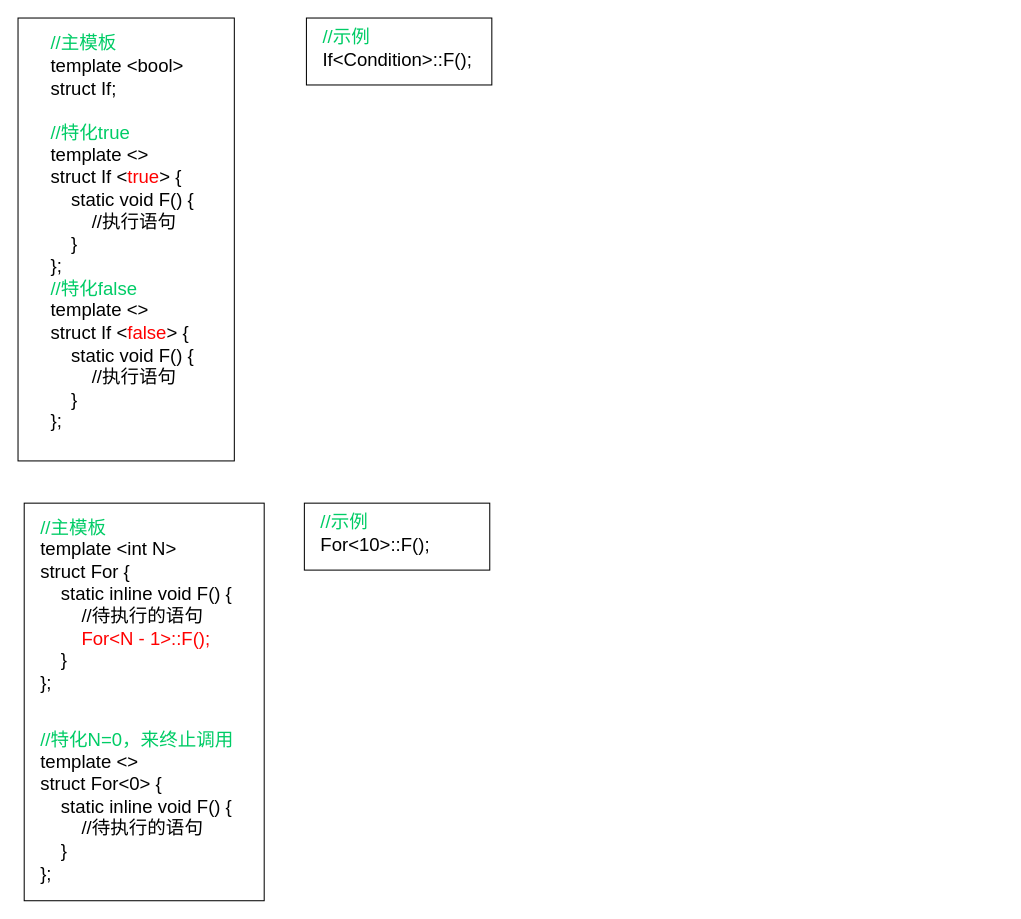
TxtpGame/TxtpGame.github.io keeps this draw.io diagram as Untitled Diagram.drawio. Above is the earlier version. Source tidied: cells renumbered, new cells numbered last; positions are measured from the earlier drawing's top-left corner, leaving out a move shared by most shapes. Both pictures are drawn from the tidied source at 103%, with x=0, y=0 at pixel (18, 18).
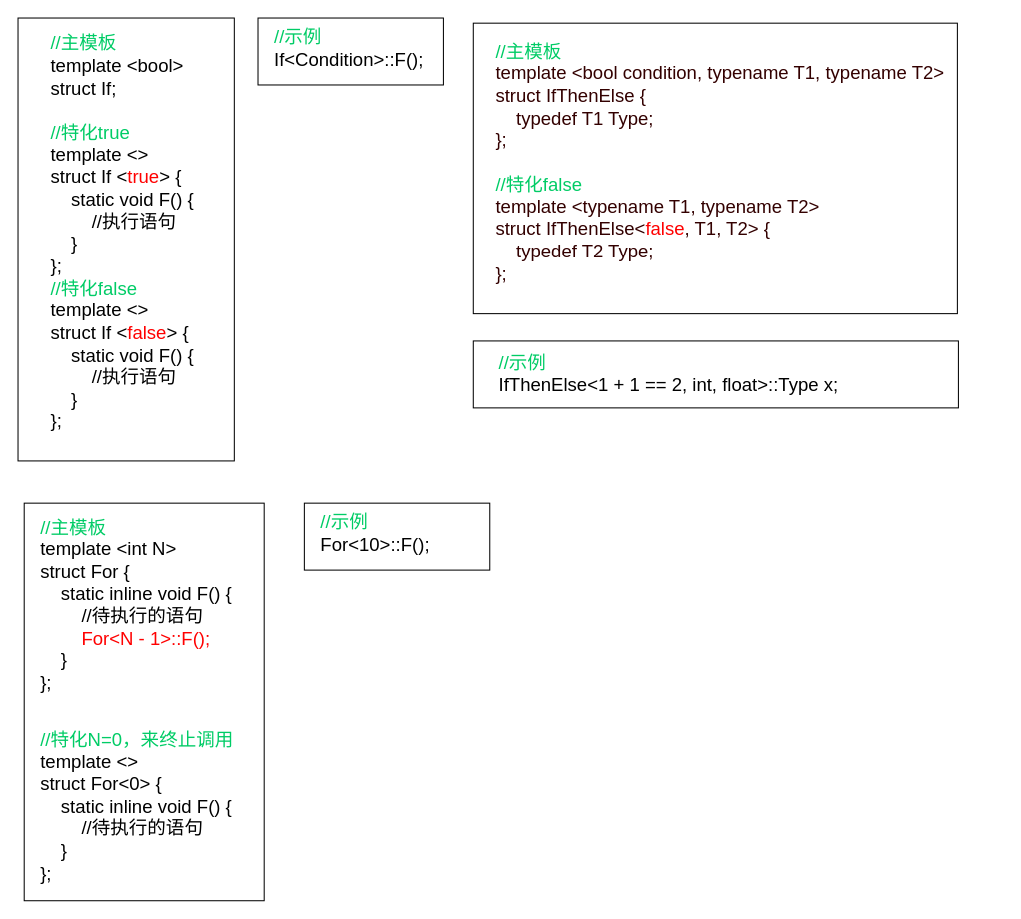
The same page after the edit.

The edit, as a diff of the source:
```diff
@@
 <mxGraphModel>
   <root>
     <mxCell id="0" />
     <mxCell id="1" parent="0" />
     <mxCell id="2" style="rounded=0;whiteSpace=wrap;html=1;fontSize=18;fontColor=#00CC66;" parent="1" vertex="1">
       <mxGeometry width="210" height="430" as="geometry" />
     </mxCell>
     <mxCell id="3" value="&lt;div&gt;&lt;span style=&quot;font-size: 18px&quot;&gt;&lt;font color=&quot;#00cc66&quot;&gt;//主模板&lt;/font&gt;&lt;/span&gt;&lt;/div&gt;&lt;div&gt;&lt;span style=&quot;font-size: 18px&quot;&gt;template &amp;lt;bool&amp;gt;&lt;/span&gt;&lt;/div&gt;&lt;div&gt;&lt;span style=&quot;font-size: 18px&quot;&gt;struct If;&lt;/span&gt;&lt;/div&gt;&lt;div&gt;&lt;span style=&quot;font-size: 18px&quot;&gt;&lt;br&gt;&lt;/span&gt;&lt;/div&gt;&lt;div&gt;&lt;span style=&quot;font-size: 18px&quot;&gt;&lt;font color=&quot;#00cc66&quot;&gt;//特化true&lt;/font&gt;&lt;/span&gt;&lt;/div&gt;&lt;div&gt;&lt;span style=&quot;font-size: 18px&quot;&gt;template &amp;lt;&amp;gt;&lt;/span&gt;&lt;/div&gt;&lt;div&gt;&lt;span style=&quot;font-size: 18px&quot;&gt;struct If &amp;lt;&lt;font color=&quot;#ff0000&quot;&gt;true&lt;/font&gt;&amp;gt; {&lt;/span&gt;&lt;/div&gt;&lt;div&gt;&lt;span style=&quot;font-size: 18px&quot;&gt;&lt;span&gt;&lt;/span&gt;&amp;nbsp; &amp;nbsp; static void F() {&lt;/span&gt;&lt;/div&gt;&lt;div&gt;&lt;span style=&quot;font-size: 18px&quot;&gt;&lt;span&gt;&lt;/span&gt;&amp;nbsp; &amp;nbsp; &amp;nbsp; &amp;nbsp; //执行语句&lt;/span&gt;&lt;/div&gt;&lt;div&gt;&lt;span style=&quot;font-size: 18px&quot;&gt;&lt;span&gt;&lt;/span&gt;&amp;nbsp; &amp;nbsp; }&lt;/span&gt;&lt;/div&gt;&lt;div&gt;&lt;span style=&quot;font-size: 18px&quot;&gt;};&lt;/span&gt;&lt;/div&gt;&lt;div&gt;&lt;span style=&quot;font-size: 18px&quot;&gt;&lt;font color=&quot;#00cc66&quot;&gt;//特化false&lt;/font&gt;&lt;/span&gt;&lt;/div&gt;&lt;div&gt;&lt;span style=&quot;font-size: 18px&quot;&gt;template &amp;lt;&amp;gt;&lt;/span&gt;&lt;/div&gt;&lt;div&gt;&lt;span style=&quot;font-size: 18px&quot;&gt;struct If &amp;lt;&lt;font color=&quot;#ff0000&quot;&gt;false&lt;/font&gt;&amp;gt; {&lt;/span&gt;&lt;/div&gt;&lt;div&gt;&lt;span style=&quot;font-size: 18px&quot;&gt;&lt;span&gt;&lt;/span&gt;&amp;nbsp; &amp;nbsp; static void F() {&lt;/span&gt;&lt;/div&gt;&lt;div&gt;&lt;span style=&quot;font-size: 18px&quot;&gt;&lt;span&gt;&lt;/span&gt;&amp;nbsp; &amp;nbsp; &amp;nbsp; &amp;nbsp; //执行语句&lt;/span&gt;&lt;/div&gt;&lt;div&gt;&lt;span style=&quot;font-size: 18px&quot;&gt;&lt;span&gt;&lt;/span&gt;&amp;nbsp; &amp;nbsp; }&lt;/span&gt;&lt;/div&gt;&lt;div&gt;&lt;span style=&quot;font-size: 18px&quot;&gt;};&lt;/span&gt;&lt;/div&gt;&lt;div&gt;&lt;span style=&quot;font-size: 18px&quot;&gt;&lt;br&gt;&lt;/span&gt;&lt;/div&gt;" style="text;html=1;strokeColor=none;fillColor=none;align=left;verticalAlign=middle;whiteSpace=wrap;rounded=0;" parent="1" vertex="1">
       <mxGeometry x="30" y="10" width="250" height="420" as="geometry" />
     </mxCell>
     <mxCell id="4" style="rounded=0;whiteSpace=wrap;html=1;fontSize=18;fontColor=#FF0000;" parent="1" vertex="1">
-      <mxGeometry x="280" width="180" height="65" as="geometry" />
+      <mxGeometry x="233" width="180" height="65" as="geometry" />
     </mxCell>
     <mxCell id="5" value="&lt;font color=&quot;#00cc66&quot;&gt;//示例&lt;/font&gt;&lt;br&gt;&lt;div&gt;&lt;span&gt;If&amp;lt;Condition&amp;gt;::F();&lt;/span&gt;&lt;/div&gt;" style="text;html=1;strokeColor=none;fillColor=none;align=left;verticalAlign=middle;whiteSpace=wrap;rounded=0;fontSize=18;" parent="1" vertex="1">
-      <mxGeometry x="294" y="5" width="180" height="50" as="geometry" />
+      <mxGeometry x="247" y="5" width="180" height="50" as="geometry" />
     </mxCell>
     <mxCell id="6" style="rounded=0;whiteSpace=wrap;html=1;" parent="1" vertex="1">
       <mxGeometry x="6" y="471" width="233" height="386" as="geometry" />
     </mxCell>
     <mxCell id="7" value="&lt;pre&gt;&lt;font style=&quot;font-size: 18px&quot; face=&quot;Helvetica&quot;&gt;&lt;font color=&quot;#00cc66&quot;&gt;//主模板&lt;/font&gt;&lt;br&gt;template &amp;lt;int N&amp;gt;&lt;br&gt;struct For {&lt;br&gt;    static inline void F() {&lt;br&gt;        //待执行的语句&lt;br&gt;        &lt;font color=&quot;#ff0000&quot;&gt;For&amp;lt;N - 1&amp;gt;::F();&lt;/font&gt;&lt;br&gt;    }&lt;br&gt;};&lt;/font&gt;&lt;/pre&gt;&lt;pre&gt;&lt;font style=&quot;font-size: 18px&quot; face=&quot;Helvetica&quot;&gt;&lt;br&gt;&lt;font color=&quot;#00cc66&quot;&gt;//特化N=0，来终止调用&lt;/font&gt;&lt;br&gt;template &amp;lt;&amp;gt;&lt;br&gt;struct For&amp;lt;0&amp;gt; {&lt;br&gt;    static inline void F() {&lt;br&gt;        //待执行的语句&lt;br&gt;    }&lt;br&gt;};&lt;/font&gt;&lt;/pre&gt;" style="text;html=1;strokeColor=none;fillColor=none;align=left;verticalAlign=middle;whiteSpace=wrap;rounded=0;" parent="1" vertex="1">
       <mxGeometry x="20" y="476" width="251" height="373" as="geometry" />
     </mxCell>
     <mxCell id="8" style="rounded=0;whiteSpace=wrap;html=1;fontSize=18;fontColor=#FF0000;" parent="1" vertex="1">
       <mxGeometry x="278" y="471" width="180" height="65" as="geometry" />
     </mxCell>
     <mxCell id="9" value="&lt;font color=&quot;#00cc66&quot;&gt;//示例&lt;/font&gt;&lt;br&gt;&lt;div&gt;&lt;span&gt; &lt;/span&gt;For&amp;lt;10&amp;gt;::F();&lt;br&gt;&lt;/div&gt;" style="text;html=1;strokeColor=none;fillColor=none;align=left;verticalAlign=middle;whiteSpace=wrap;rounded=0;fontSize=18;" parent="1" vertex="1">
       <mxGeometry x="292" y="476" width="180" height="50" as="geometry" />
     </mxCell>
+    <mxCell id="10" style="rounded=0;whiteSpace=wrap;html=1;fontSize=18;fontColor=#FF0000;" parent="1" vertex="1">
+      <mxGeometry x="442" y="5" width="470" height="282" as="geometry" />
+    </mxCell>
+    <mxCell id="11" value="&lt;div&gt;&lt;font color=&quot;#00cc66&quot;&gt;//主模板&lt;/font&gt;&lt;/div&gt;&lt;div&gt;&lt;font color=&quot;#330000&quot;&gt;template &amp;lt;bool condition, typename T1, typename T2&amp;gt;&lt;/font&gt;&lt;/div&gt;&lt;div&gt;&lt;font color=&quot;#330000&quot;&gt;struct IfThenElse {&lt;/font&gt;&lt;/div&gt;&lt;div&gt;&lt;font color=&quot;#330000&quot;&gt;&lt;span&gt;&lt;/span&gt;&amp;nbsp; &amp;nbsp; typedef T1 Type;&lt;/font&gt;&lt;/div&gt;&lt;div&gt;&lt;font color=&quot;#330000&quot;&gt;};&lt;/font&gt;&lt;/div&gt;&lt;div&gt;&lt;font color=&quot;#330000&quot;&gt;&lt;br&gt;&lt;/font&gt;&lt;/div&gt;&lt;div&gt;&lt;font color=&quot;#00cc66&quot;&gt;//特化false&lt;/font&gt;&lt;/div&gt;&lt;div&gt;&lt;font color=&quot;#330000&quot;&gt;template &amp;lt;typename T1, typename T2&amp;gt;&lt;/font&gt;&lt;/div&gt;&lt;div&gt;&lt;font color=&quot;#330000&quot;&gt;struct IfThenElse&amp;lt;&lt;/font&gt;&lt;font color=&quot;#ff0000&quot;&gt;false&lt;/font&gt;&lt;font color=&quot;#330000&quot;&gt;, T1, T2&amp;gt; {&lt;/font&gt;&lt;/div&gt;&lt;div&gt;&lt;font color=&quot;#330000&quot;&gt;&lt;span&gt;&lt;/span&gt;&amp;nbsp; &amp;nbsp; typedef T2 Type;&lt;/font&gt;&lt;/div&gt;&lt;div&gt;&lt;font color=&quot;#330000&quot;&gt;};&lt;/font&gt;&lt;/div&gt;" style="text;html=1;strokeColor=none;fillColor=none;align=left;verticalAlign=middle;whiteSpace=wrap;rounded=0;fontSize=18;" parent="1" vertex="1">
+      <mxGeometry x="462" y="16" width="494" height="250" as="geometry" />
+    </mxCell>
+    <mxCell id="12" style="rounded=0;whiteSpace=wrap;html=1;fontSize=18;fontColor=#FF0000;" parent="1" vertex="1">
+      <mxGeometry x="442" y="313.5" width="471" height="65" as="geometry" />
+    </mxCell>
+    <mxCell id="13" value="&lt;font color=&quot;#00cc66&quot;&gt;//示例&lt;/font&gt;&lt;br&gt;&lt;div&gt;&lt;span&gt; &lt;/span&gt;IfThenElse&amp;lt;1 + 1 == 2, int, float&amp;gt;::Type x;&lt;br&gt;&lt;/div&gt;" style="text;html=1;strokeColor=none;fillColor=none;align=left;verticalAlign=middle;whiteSpace=wrap;rounded=0;fontSize=18;" parent="1" vertex="1">
+      <mxGeometry x="465" y="321" width="430" height="50" as="geometry" />
+    </mxCell>
   </root>
 </mxGraphModel>
```
